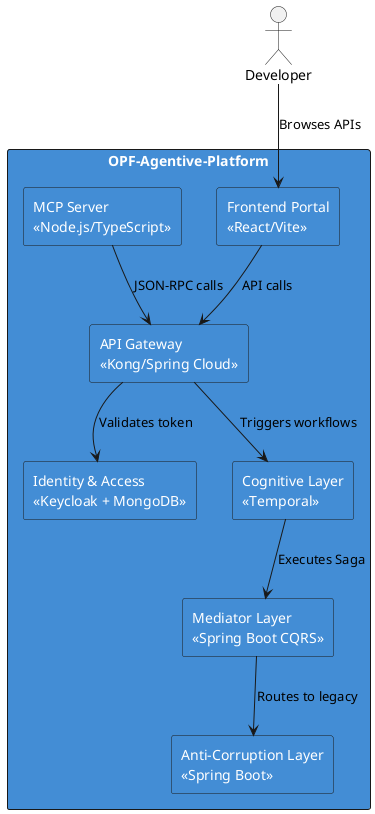
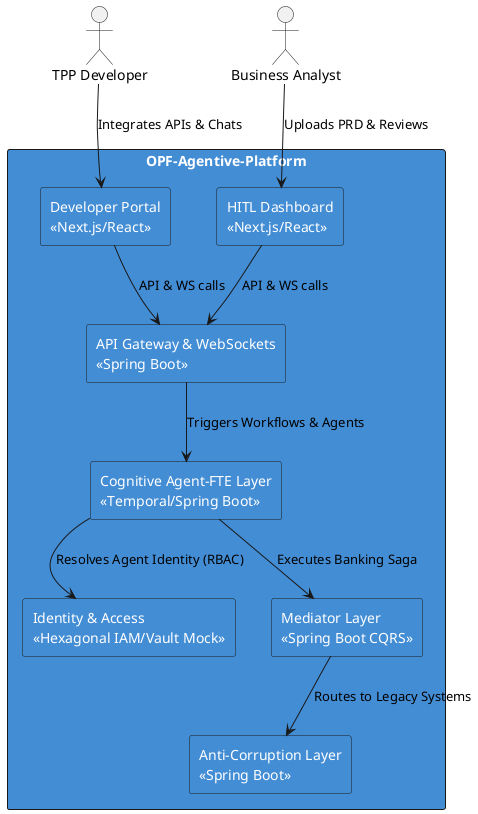
@startuml C4_Container
skinparam rectangle {
    BackgroundColor #438dd5
    FontColor white
}

- actor "Developer" as dev
+ actor "TPP Developer" as dev
+ actor "Business Analyst" as ba

rectangle "OPF-Agentive-Platform" {
-     rectangle "Frontend Portal\n<<React/Vite>>" as portal
-     rectangle "API Gateway\n<<Kong/Spring Cloud>>" as gateway
-     rectangle "MCP Server\n<<Node.js/TypeScript>>" as mcp
-     rectangle "Identity & Access\n<<Keycloak + MongoDB>>" as idp
-     rectangle "Cognitive Layer\n<<Temporal>>" as cog
+     rectangle "Developer Portal\n<<Next.js/React>>" as devPortal
+     rectangle "HITL Dashboard\n<<Next.js/React>>" as hitlPortal
+ 
+     rectangle "API Gateway & WebSockets\n<<Spring Boot>>" as gateway
+ 
+     rectangle "Cognitive Agent-FTE Layer\n<<Temporal/Spring Boot>>" as cog
+     rectangle "Identity & Access\n<<Hexagonal IAM/Vault Mock>>" as idp
    rectangle "Mediator Layer\n<<Spring Boot CQRS>>" as med
    rectangle "Anti-Corruption Layer\n<<Spring Boot>>" as acl
}

- dev --> portal : Browses APIs
- portal --> gateway : API calls
- mcp --> gateway : JSON-RPC calls
- gateway --> idp : Validates token
- gateway --> cog : Triggers workflows
- cog --> med : Executes Saga
- med --> acl : Routes to legacy
+ dev --> devPortal : Integrates APIs & Chats
+ ba --> hitlPortal : Uploads PRD & Reviews
+ devPortal --> gateway : API & WS calls
+ hitlPortal --> gateway : API & WS calls
+ gateway --> cog : Triggers Workflows & Agents
+ cog --> idp : Resolves Agent Identity (RBAC)
+ cog --> med : Executes Banking Saga
+ med --> acl : Routes to Legacy Systems

@enduml
